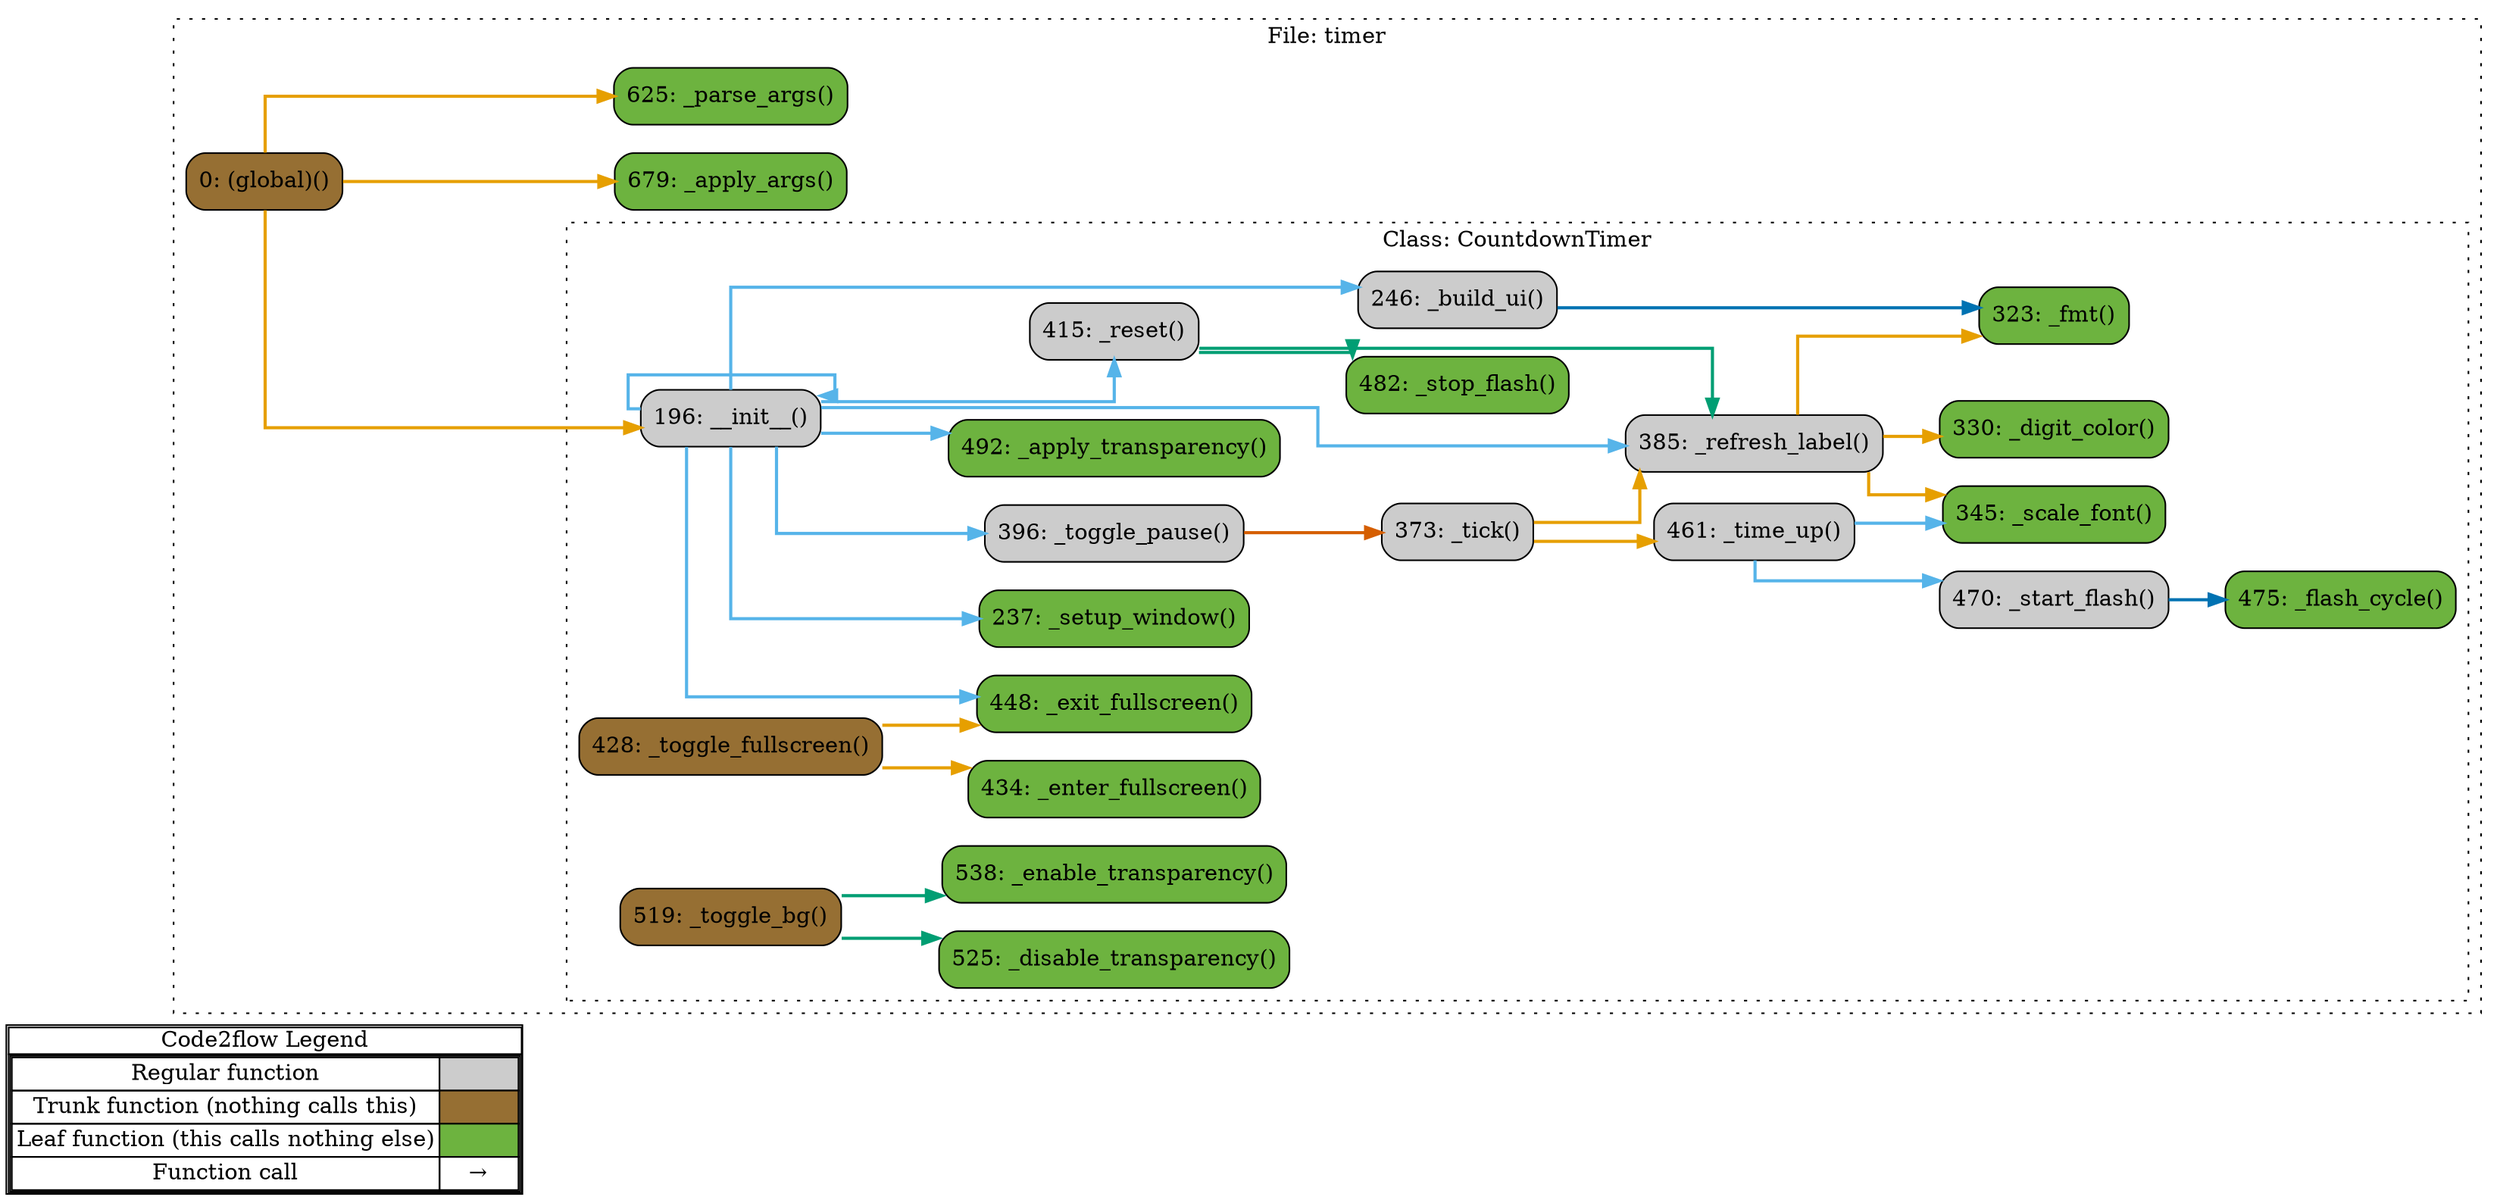
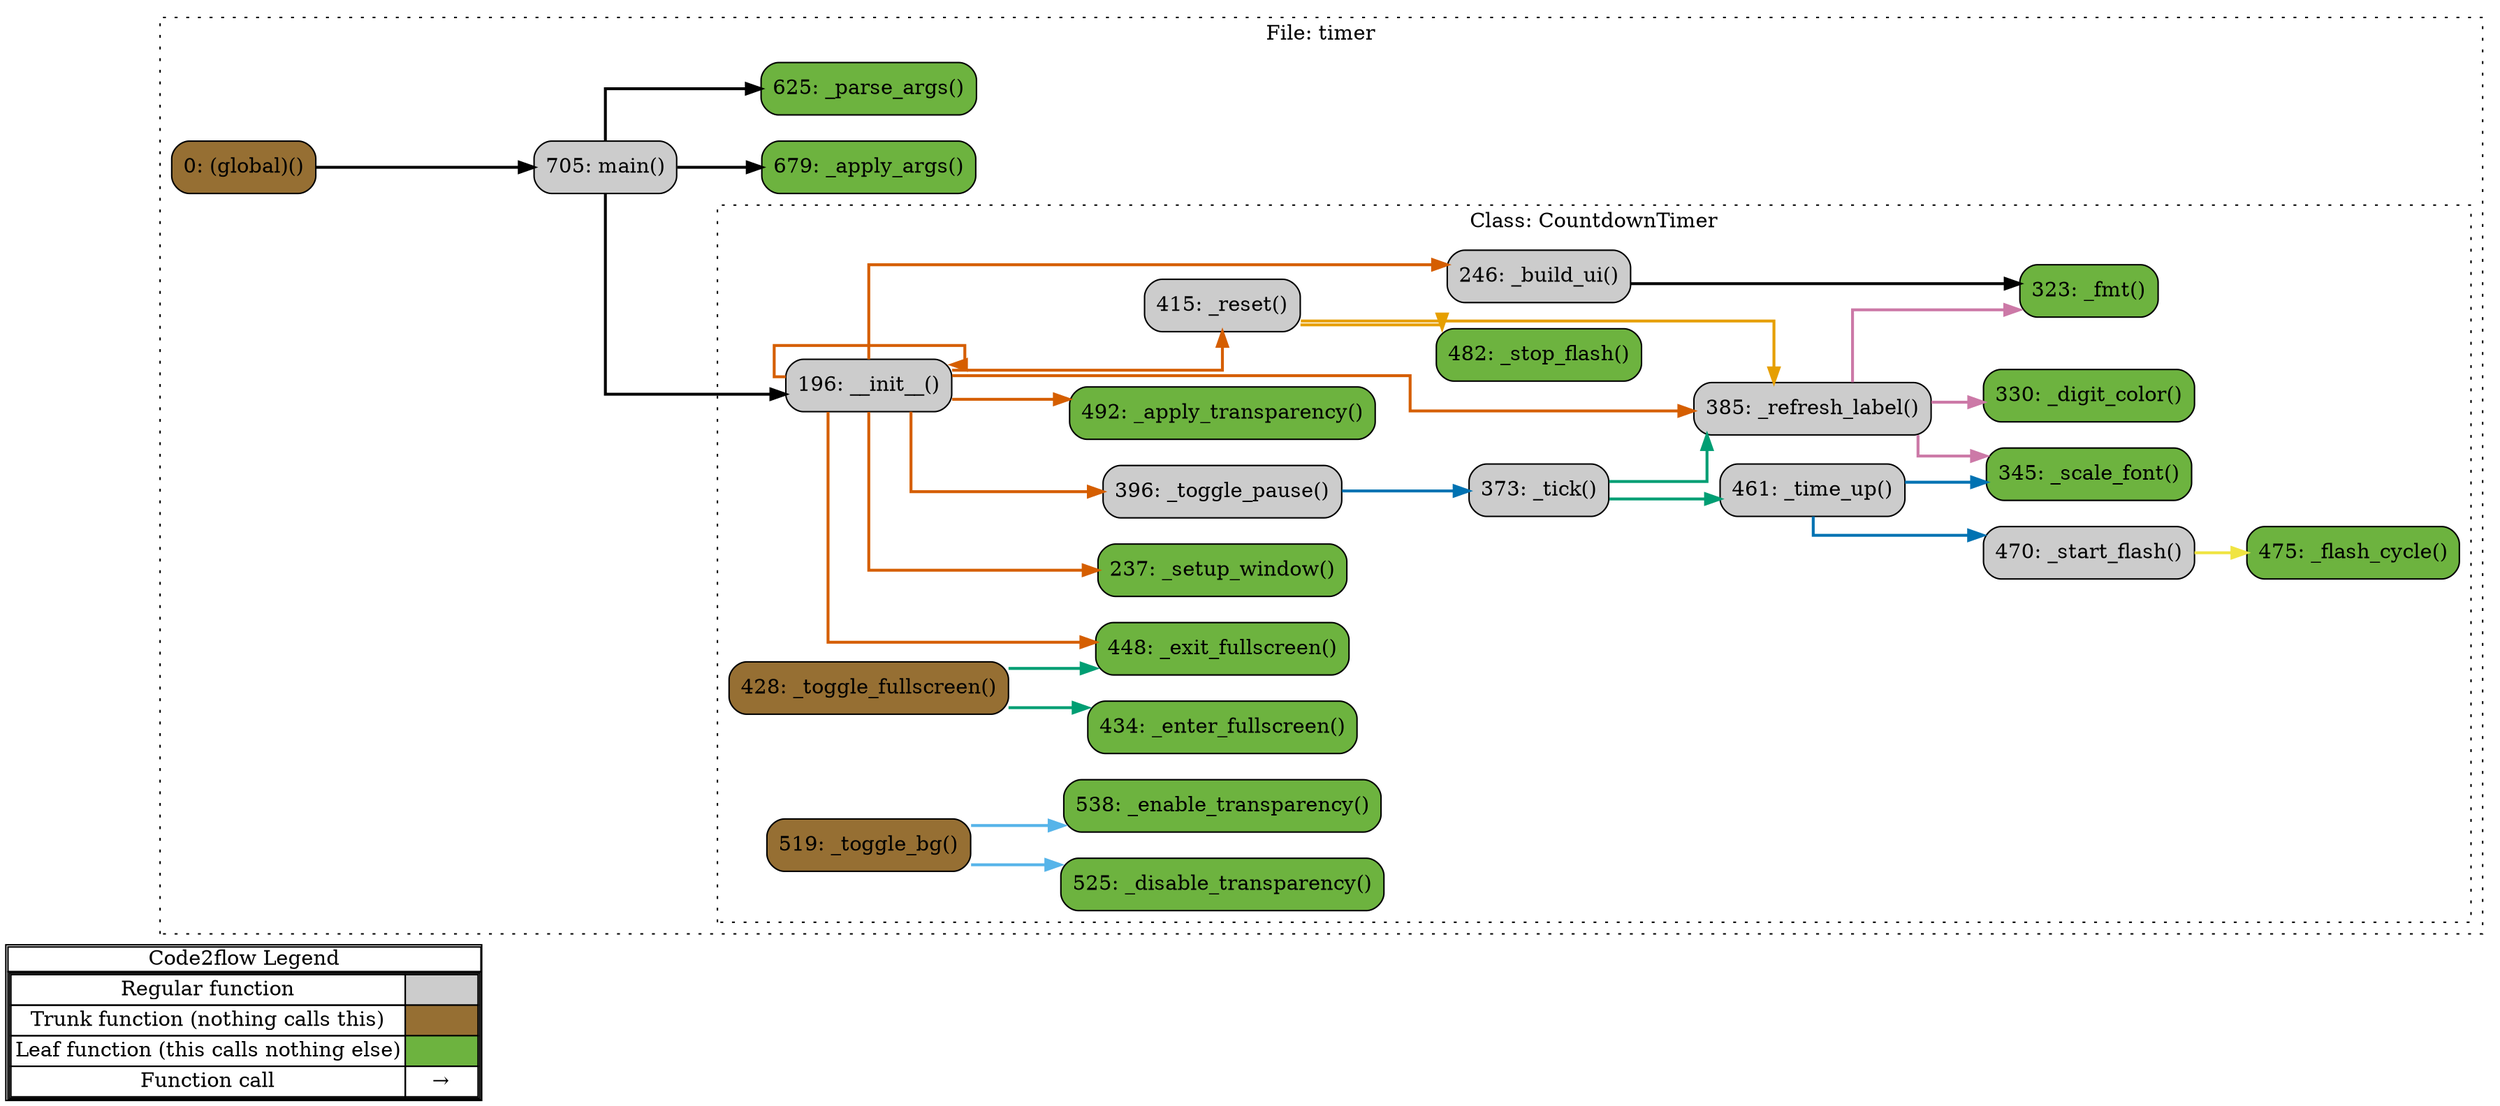
digraph G {
concentrate=true;
splines="ortho";
rankdir="LR";
subgraph legend{
    rank = min;
    label = "legend";
    Legend [shape=none, margin=0, label = <
        <table cellspacing="0" cellpadding="0" border="1"><tr><td>Code2flow Legend</td></tr><tr><td>
        <table cellspacing="0">
        <tr><td>Regular function</td><td width="50px" bgcolor='#cccccc'></td></tr>
        <tr><td>Trunk function (nothing calls this)</td><td bgcolor='#966F33'></td></tr>
        <tr><td>Leaf function (this calls nothing else)</td><td bgcolor='#6db33f'></td></tr>
        <tr><td>Function call</td><td><font color='black'>&#8594;</font></td></tr>
        </table></td></tr></table>
        >];
- }node_a5c05b39 [label="0: (global)()" name="timer::(global)" shape="rect" style="rounded,filled" fillcolor="#966F33" ];
- node_5733f32a [label="196: __init__()" name="timer::CountdownTimer.__init__" shape="rect" style="rounded,filled" fillcolor="#cccccc" ];
- node_c4513cb9 [label="492: _apply_transparency()" name="timer::CountdownTimer._apply_transparency" shape="rect" style="rounded,filled" fillcolor="#6db33f" ];
- node_72c707c5 [label="246: _build_ui()" name="timer::CountdownTimer._build_ui" shape="rect" style="rounded,filled" fillcolor="#cccccc" ];
- node_b7deb343 [label="330: _digit_color()" name="timer::CountdownTimer._digit_color" shape="rect" style="rounded,filled" fillcolor="#6db33f" ];
- node_121f059f [label="525: _disable_transparency()" name="timer::CountdownTimer._disable_transparency" shape="rect" style="rounded,filled" fillcolor="#6db33f" ];
- node_4f4f0582 [label="538: _enable_transparency()" name="timer::CountdownTimer._enable_transparency" shape="rect" style="rounded,filled" fillcolor="#6db33f" ];
- node_645460df [label="434: _enter_fullscreen()" name="timer::CountdownTimer._enter_fullscreen" shape="rect" style="rounded,filled" fillcolor="#6db33f" ];
- node_4acf334d [label="448: _exit_fullscreen()" name="timer::CountdownTimer._exit_fullscreen" shape="rect" style="rounded,filled" fillcolor="#6db33f" ];
- node_143b35f0 [label="475: _flash_cycle()" name="timer::CountdownTimer._flash_cycle" shape="rect" style="rounded,filled" fillcolor="#6db33f" ];
- node_513d0756 [label="323: _fmt()" name="timer::CountdownTimer._fmt" shape="rect" style="rounded,filled" fillcolor="#6db33f" ];
- node_45826e89 [label="385: _refresh_label()" name="timer::CountdownTimer._refresh_label" shape="rect" style="rounded,filled" fillcolor="#cccccc" ];
- node_de1894ab [label="415: _reset()" name="timer::CountdownTimer._reset" shape="rect" style="rounded,filled" fillcolor="#cccccc" ];
- node_1ed65ea4 [label="345: _scale_font()" name="timer::CountdownTimer._scale_font" shape="rect" style="rounded,filled" fillcolor="#6db33f" ];
- node_ee3f661e [label="237: _setup_window()" name="timer::CountdownTimer._setup_window" shape="rect" style="rounded,filled" fillcolor="#6db33f" ];
- node_54734add [label="470: _start_flash()" name="timer::CountdownTimer._start_flash" shape="rect" style="rounded,filled" fillcolor="#cccccc" ];
- node_b48c33dd [label="482: _stop_flash()" name="timer::CountdownTimer._stop_flash" shape="rect" style="rounded,filled" fillcolor="#6db33f" ];
- node_385342f1 [label="373: _tick()" name="timer::CountdownTimer._tick" shape="rect" style="rounded,filled" fillcolor="#cccccc" ];
- node_5cd50062 [label="461: _time_up()" name="timer::CountdownTimer._time_up" shape="rect" style="rounded,filled" fillcolor="#cccccc" ];
- node_491beb03 [label="519: _toggle_bg()" name="timer::CountdownTimer._toggle_bg" shape="rect" style="rounded,filled" fillcolor="#966F33" ];
- node_7c468029 [label="428: _toggle_fullscreen()" name="timer::CountdownTimer._toggle_fullscreen" shape="rect" style="rounded,filled" fillcolor="#966F33" ];
- node_d7226fde [label="396: _toggle_pause()" name="timer::CountdownTimer._toggle_pause" shape="rect" style="rounded,filled" fillcolor="#cccccc" ];
- node_192a6fe6 [label="679: _apply_args()" name="timer::_apply_args" shape="rect" style="rounded,filled" fillcolor="#6db33f" ];
- node_6aebacf9 [label="625: _parse_args()" name="timer::_parse_args" shape="rect" style="rounded,filled" fillcolor="#6db33f" ];
- node_a5c05b39 -> node_5733f32a [color="#E69F00" penwidth="2"];
- node_a5c05b39 -> node_192a6fe6 [color="#E69F00" penwidth="2"];
- node_a5c05b39 -> node_6aebacf9 [color="#E69F00" penwidth="2"];
- node_5733f32a -> node_5733f32a [color="#56B4E9" penwidth="2"];
- node_5733f32a -> node_c4513cb9 [color="#56B4E9" penwidth="2"];
- node_5733f32a -> node_72c707c5 [color="#56B4E9" penwidth="2"];
- node_5733f32a -> node_4acf334d [color="#56B4E9" penwidth="2"];
- node_5733f32a -> node_45826e89 [color="#56B4E9" penwidth="2"];
- node_5733f32a -> node_de1894ab [color="#56B4E9" penwidth="2"];
- node_5733f32a -> node_de1894ab [color="#56B4E9" penwidth="2"];
- node_5733f32a -> node_ee3f661e [color="#56B4E9" penwidth="2"];
- node_5733f32a -> node_d7226fde [color="#56B4E9" penwidth="2"];
- node_72c707c5 -> node_513d0756 [color="#0072B2" penwidth="2"];
- node_45826e89 -> node_b7deb343 [color="#E69F00" penwidth="2"];
- node_45826e89 -> node_513d0756 [color="#E69F00" penwidth="2"];
- node_45826e89 -> node_1ed65ea4 [color="#E69F00" penwidth="2"];
- node_de1894ab -> node_45826e89 [color="#009E73" penwidth="2"];
- node_de1894ab -> node_b48c33dd [color="#009E73" penwidth="2"];
- node_54734add -> node_143b35f0 [color="#0072B2" penwidth="2"];
- node_385342f1 -> node_45826e89 [color="#E69F00" penwidth="2"];
- node_385342f1 -> node_5cd50062 [color="#E69F00" penwidth="2"];
- node_5cd50062 -> node_1ed65ea4 [color="#56B4E9" penwidth="2"];
- node_5cd50062 -> node_54734add [color="#56B4E9" penwidth="2"];
- node_491beb03 -> node_121f059f [color="#009E73" penwidth="2"];
- node_491beb03 -> node_4f4f0582 [color="#009E73" penwidth="2"];
- node_7c468029 -> node_645460df [color="#E69F00" penwidth="2"];
- node_7c468029 -> node_4acf334d [color="#E69F00" penwidth="2"];
- node_d7226fde -> node_385342f1 [color="#D55E00" penwidth="2"];
- subgraph cluster_9c970cb1 {
-     node_6aebacf9 node_192a6fe6 node_a5c05b39;
+ }node_7e4db300 [label="0: (global)()" name="timer::(global)" shape="rect" style="rounded,filled" fillcolor="#966F33" ];
+ node_f28d60ce [label="196: __init__()" name="timer::CountdownTimer.__init__" shape="rect" style="rounded,filled" fillcolor="#cccccc" ];
+ node_c563141c [label="492: _apply_transparency()" name="timer::CountdownTimer._apply_transparency" shape="rect" style="rounded,filled" fillcolor="#6db33f" ];
+ node_eb456aa8 [label="246: _build_ui()" name="timer::CountdownTimer._build_ui" shape="rect" style="rounded,filled" fillcolor="#cccccc" ];
+ node_44b852d2 [label="330: _digit_color()" name="timer::CountdownTimer._digit_color" shape="rect" style="rounded,filled" fillcolor="#6db33f" ];
+ node_119a6587 [label="525: _disable_transparency()" name="timer::CountdownTimer._disable_transparency" shape="rect" style="rounded,filled" fillcolor="#6db33f" ];
+ node_068473cb [label="538: _enable_transparency()" name="timer::CountdownTimer._enable_transparency" shape="rect" style="rounded,filled" fillcolor="#6db33f" ];
+ node_5a4e0dc1 [label="434: _enter_fullscreen()" name="timer::CountdownTimer._enter_fullscreen" shape="rect" style="rounded,filled" fillcolor="#6db33f" ];
+ node_50c3a734 [label="448: _exit_fullscreen()" name="timer::CountdownTimer._exit_fullscreen" shape="rect" style="rounded,filled" fillcolor="#6db33f" ];
+ node_de9b57fe [label="475: _flash_cycle()" name="timer::CountdownTimer._flash_cycle" shape="rect" style="rounded,filled" fillcolor="#6db33f" ];
+ node_b7a41c78 [label="323: _fmt()" name="timer::CountdownTimer._fmt" shape="rect" style="rounded,filled" fillcolor="#6db33f" ];
+ node_7c0372f7 [label="385: _refresh_label()" name="timer::CountdownTimer._refresh_label" shape="rect" style="rounded,filled" fillcolor="#cccccc" ];
+ node_d8040e89 [label="415: _reset()" name="timer::CountdownTimer._reset" shape="rect" style="rounded,filled" fillcolor="#cccccc" ];
+ node_6aedf86d [label="345: _scale_font()" name="timer::CountdownTimer._scale_font" shape="rect" style="rounded,filled" fillcolor="#6db33f" ];
+ node_bd3c947d [label="237: _setup_window()" name="timer::CountdownTimer._setup_window" shape="rect" style="rounded,filled" fillcolor="#6db33f" ];
+ node_f38c7284 [label="470: _start_flash()" name="timer::CountdownTimer._start_flash" shape="rect" style="rounded,filled" fillcolor="#cccccc" ];
+ node_b8285f73 [label="482: _stop_flash()" name="timer::CountdownTimer._stop_flash" shape="rect" style="rounded,filled" fillcolor="#6db33f" ];
+ node_fc72e68b [label="373: _tick()" name="timer::CountdownTimer._tick" shape="rect" style="rounded,filled" fillcolor="#cccccc" ];
+ node_7da3b8cd [label="461: _time_up()" name="timer::CountdownTimer._time_up" shape="rect" style="rounded,filled" fillcolor="#cccccc" ];
+ node_3257526a [label="519: _toggle_bg()" name="timer::CountdownTimer._toggle_bg" shape="rect" style="rounded,filled" fillcolor="#966F33" ];
+ node_2f44ae83 [label="428: _toggle_fullscreen()" name="timer::CountdownTimer._toggle_fullscreen" shape="rect" style="rounded,filled" fillcolor="#966F33" ];
+ node_e3a5389d [label="396: _toggle_pause()" name="timer::CountdownTimer._toggle_pause" shape="rect" style="rounded,filled" fillcolor="#cccccc" ];
+ node_e1c3b11f [label="679: _apply_args()" name="timer::_apply_args" shape="rect" style="rounded,filled" fillcolor="#6db33f" ];
+ node_254d9d4c [label="625: _parse_args()" name="timer::_parse_args" shape="rect" style="rounded,filled" fillcolor="#6db33f" ];
+ node_c098a030 [label="705: main()" name="timer::main" shape="rect" style="rounded,filled" fillcolor="#cccccc" ];
+ node_7e4db300 -> node_c098a030 [color="#000000" penwidth="2"];
+ node_f28d60ce -> node_f28d60ce [color="#D55E00" penwidth="2"];
+ node_f28d60ce -> node_c563141c [color="#D55E00" penwidth="2"];
+ node_f28d60ce -> node_eb456aa8 [color="#D55E00" penwidth="2"];
+ node_f28d60ce -> node_50c3a734 [color="#D55E00" penwidth="2"];
+ node_f28d60ce -> node_7c0372f7 [color="#D55E00" penwidth="2"];
+ node_f28d60ce -> node_d8040e89 [color="#D55E00" penwidth="2"];
+ node_f28d60ce -> node_d8040e89 [color="#D55E00" penwidth="2"];
+ node_f28d60ce -> node_bd3c947d [color="#D55E00" penwidth="2"];
+ node_f28d60ce -> node_e3a5389d [color="#D55E00" penwidth="2"];
+ node_eb456aa8 -> node_b7a41c78 [color="#000000" penwidth="2"];
+ node_7c0372f7 -> node_44b852d2 [color="#CC79A7" penwidth="2"];
+ node_7c0372f7 -> node_b7a41c78 [color="#CC79A7" penwidth="2"];
+ node_7c0372f7 -> node_6aedf86d [color="#CC79A7" penwidth="2"];
+ node_d8040e89 -> node_7c0372f7 [color="#E69F00" penwidth="2"];
+ node_d8040e89 -> node_b8285f73 [color="#E69F00" penwidth="2"];
+ node_f38c7284 -> node_de9b57fe [color="#F0E442" penwidth="2"];
+ node_fc72e68b -> node_7c0372f7 [color="#009E73" penwidth="2"];
+ node_fc72e68b -> node_7da3b8cd [color="#009E73" penwidth="2"];
+ node_7da3b8cd -> node_6aedf86d [color="#0072B2" penwidth="2"];
+ node_7da3b8cd -> node_f38c7284 [color="#0072B2" penwidth="2"];
+ node_3257526a -> node_119a6587 [color="#56B4E9" penwidth="2"];
+ node_3257526a -> node_068473cb [color="#56B4E9" penwidth="2"];
+ node_2f44ae83 -> node_5a4e0dc1 [color="#009E73" penwidth="2"];
+ node_2f44ae83 -> node_50c3a734 [color="#009E73" penwidth="2"];
+ node_e3a5389d -> node_fc72e68b [color="#0072B2" penwidth="2"];
+ node_c098a030 -> node_f28d60ce [color="#000000" penwidth="2"];
+ node_c098a030 -> node_e1c3b11f [color="#000000" penwidth="2"];
+ node_c098a030 -> node_254d9d4c [color="#000000" penwidth="2"];
+ subgraph cluster_eef0be57 {
+     node_254d9d4c node_e1c3b11f node_c098a030 node_7e4db300;
    label="File: timer";
    name="timer";
    style="filled";
    graph[style=dotted];
-     subgraph cluster_7e64a6d7 {
-         node_5733f32a node_ee3f661e node_72c707c5 node_513d0756 node_b7deb343 node_1ed65ea4 node_385342f1 node_45826e89 node_d7226fde node_de1894ab node_7c468029 node_645460df node_4acf334d node_5cd50062 node_54734add node_143b35f0 node_b48c33dd node_c4513cb9 node_491beb03 node_121f059f node_4f4f0582;
+     subgraph cluster_727b9bc6 {
+         node_f28d60ce node_bd3c947d node_eb456aa8 node_b7a41c78 node_44b852d2 node_6aedf86d node_fc72e68b node_7c0372f7 node_e3a5389d node_d8040e89 node_2f44ae83 node_5a4e0dc1 node_50c3a734 node_7da3b8cd node_f38c7284 node_de9b57fe node_b8285f73 node_c563141c node_3257526a node_119a6587 node_068473cb;
        label="Class: CountdownTimer";
        name="CountdownTimer";
        style="filled";
        graph[style=dotted];
    };
};
}
